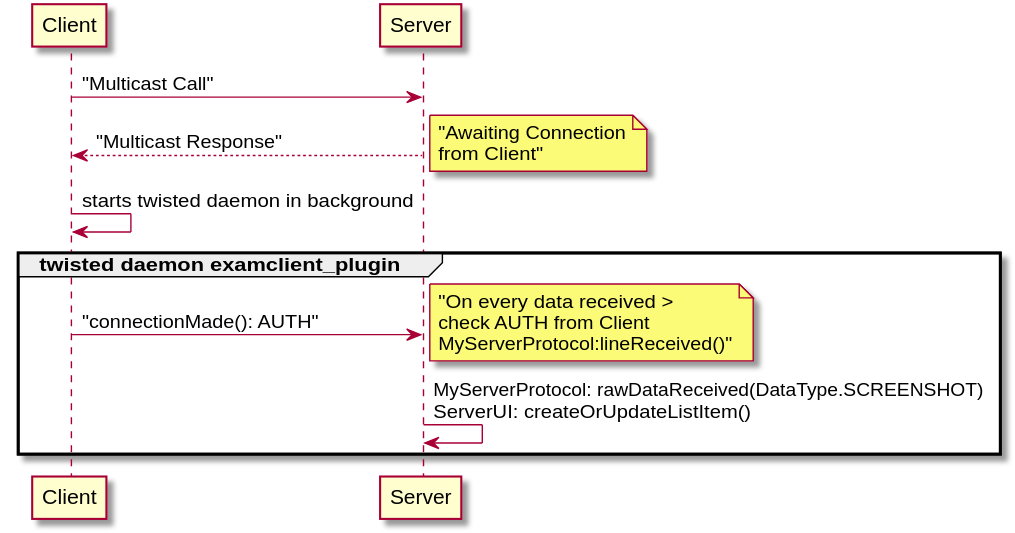
This is UML/sequenceDiagram.svg from valueerrorx/life-exam, a PlantUML export, as it was before one commit.
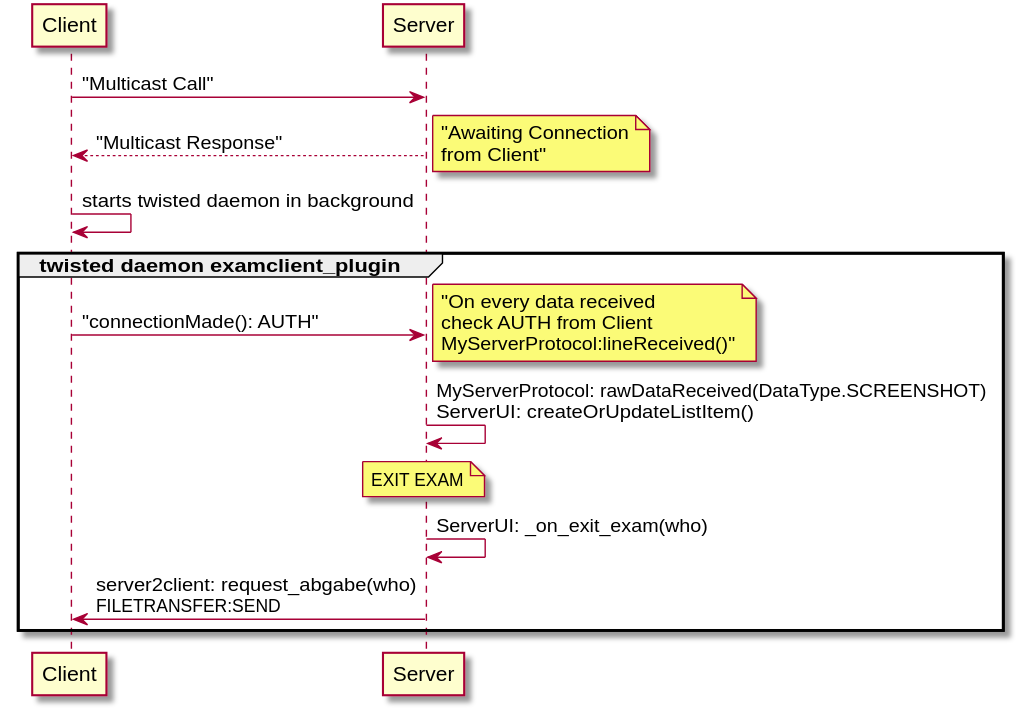
The same file after the commit.

What changed in the source:
```diff
@@ -6,8 +6,13 @@
 
 group twisted daemon examclient_plugin
 	Client -> Server: "connectionMade(): AUTH"
-	note right: "On every data received >\ncheck AUTH from Client\nMyServerProtocol:lineReceived()"
+	note right: "On every data received\ncheck AUTH from Client\nMyServerProtocol:lineReceived()"
 	Server -> Server: MyServerProtocol: rawDataReceived(DataType.SCREENSHOT)\nServerUI: createOrUpdateListItem()
+
+	note over Server: EXIT EXAM
+	Server -> Server: ServerUI: _on_exit_exam(who)
+	Server -> Client: server2client: request_abgabe(who)\nFILETRANSFER:SEND
+
 end
 
 @enduml
```
